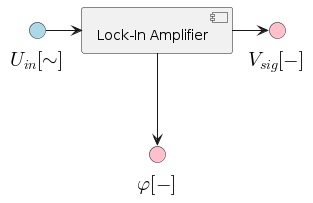
The PlantUML diagram afm_spm_components/images/lockin_simple.png in nsulmol/documentation, before a commit.
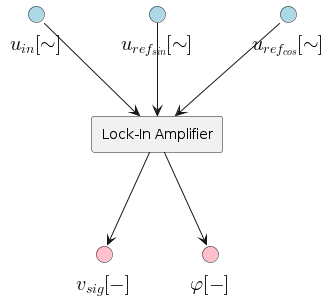
After the change.

What changed in the source:
```diff
@@ -3,12 +3,17 @@
 
 !startsub component
 component "Lock-In Amplifier" as lockin_simple
-interface "<latex>U_{in}[\sim]</latex>" <<input>> as u_in
-interface "<latex>V_{sig}[-]</latex>" <<output>> as v_sig
-interface "<latex>\varphi[-]</latex>" <<output>> as phi
+interface "<latex>u_{in}[\sim]</latex>" <<input>> as li_u_in
 
-u_in -> lockin_simple
-lockin_simple -r-> v_sig
-lockin_simple -d-> phi
+interface "<latex>u_{ref_{sin}}[\sim]</latex>" <<input>> as li_u_refi_in
+interface "<latex>u_{ref_{cos}}[\sim]</latex>" <<input>> as li_u_refq_in
+interface "<latex>v_{sig}[-]</latex>" <<output>> as li_amp_out
+interface "<latex>\varphi[-]</latex>" <<output>> as li_phase_out
+
+li_u_in --> lockin_simple
+li_u_refi_in --> lockin_simple
+li_u_refq_in --> lockin_simple
+lockin_simple --> li_amp_out
+lockin_simple --> li_phase_out
 !endsub
 @enduml
```
